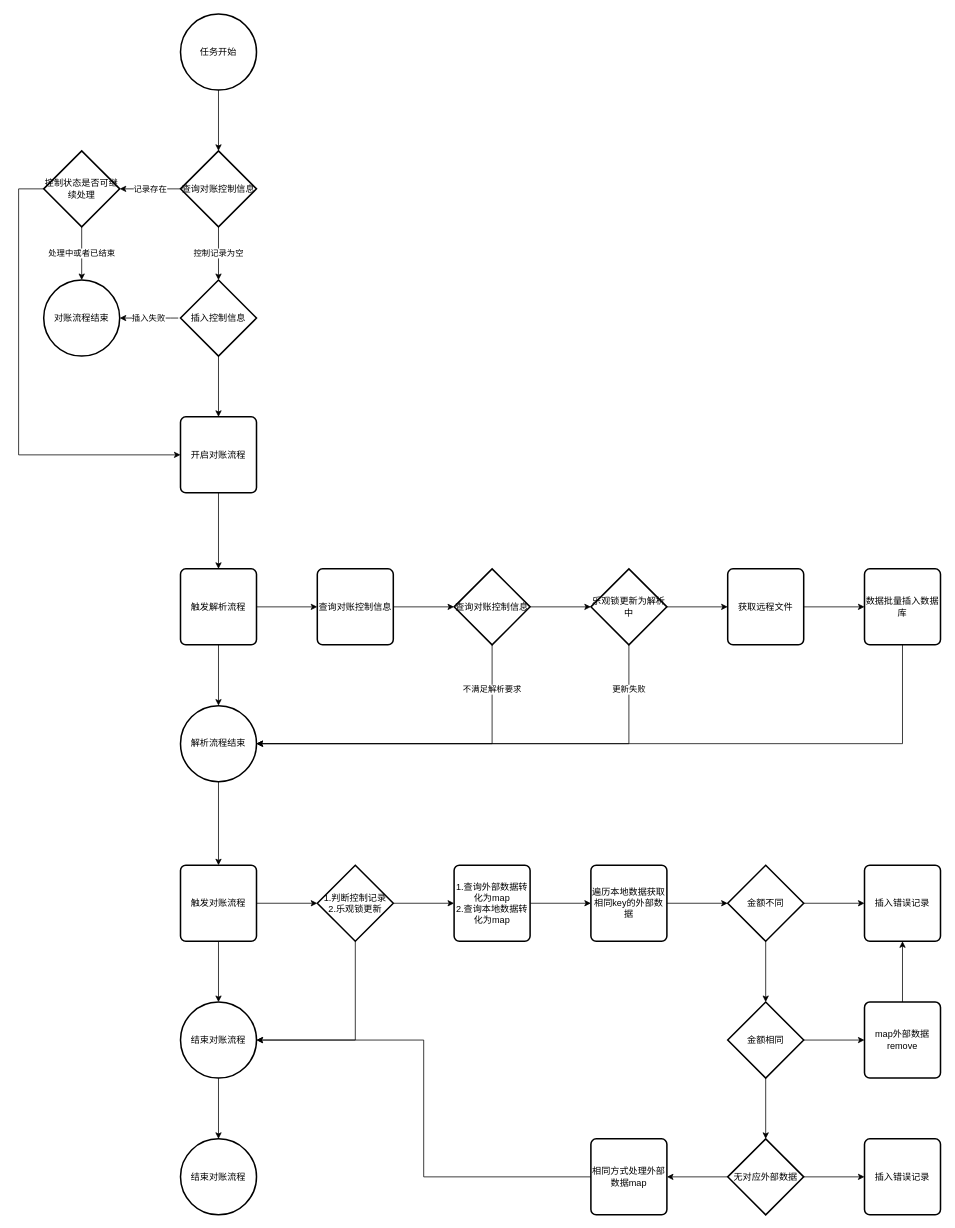
The draw.io diagram 金融科技/OTA分账流程.drawio in 294794668/draw, before the edit. Source tidied: cells renumbered, new cells numbered last; positions are measured from the earlier drawing's top-left corner, leaving out a move shared by most shapes. Both pictures are drawn from the tidied source at 76%, with x=0, y=0 at pixel (18, 14).
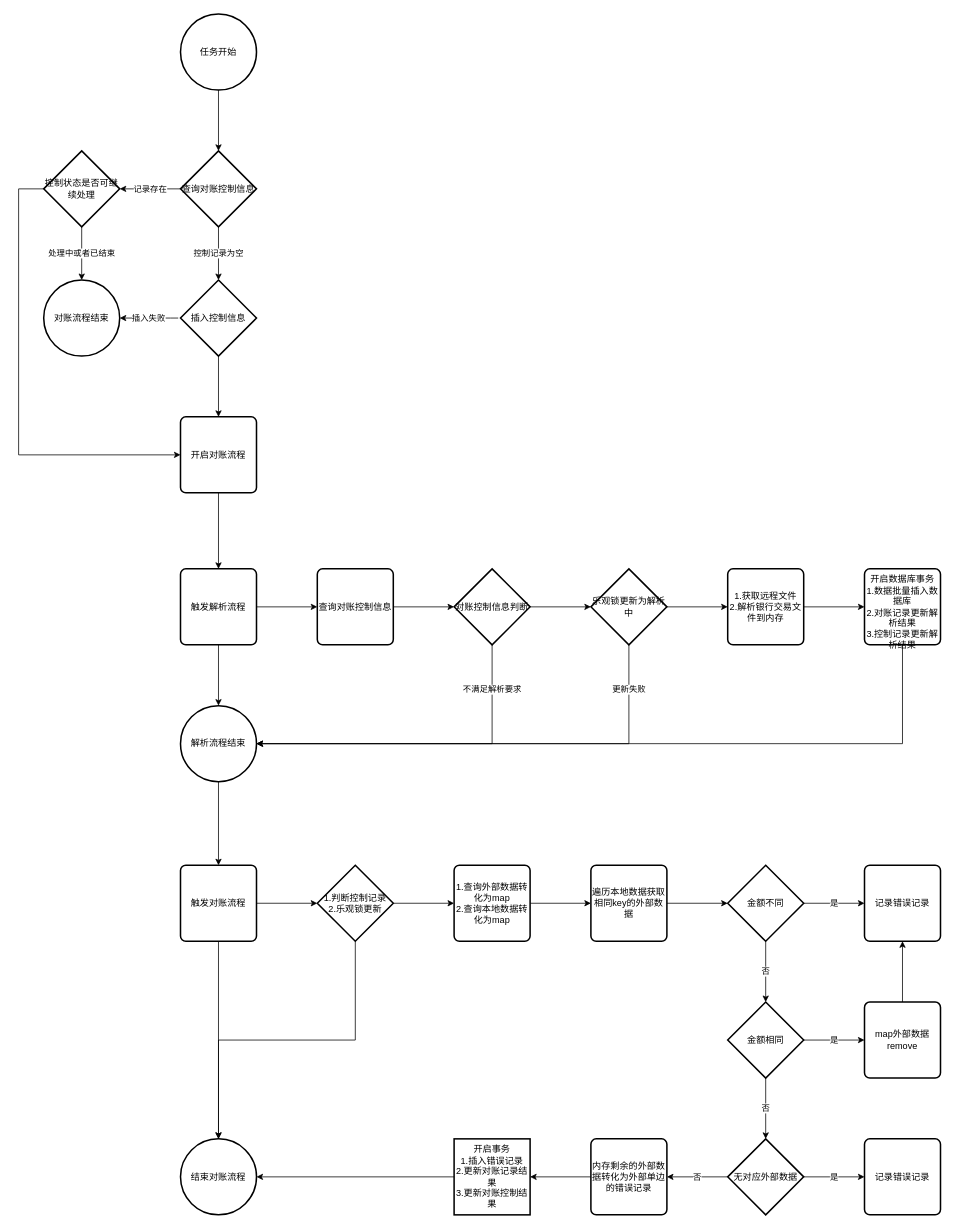
The same diagram, later.

Commit message:
更新OTA分账流程.drawio

The change refers to these unchanged cells:
```xml
<mxCell id="32" value="触发对账流程" style="rounded=1;whiteSpace=wrap;html=1;absoluteArcSize=1;arcSize=14;strokeWidth=2;fontFamily=Helvetica;fontSize=12;fontColor=#000000;align=center;strokeColor=#000000;fillColor=#ffffff;" parent="1" vertex="1">
  <mxGeometry x="213" y="1120" width="100" height="100" as="geometry" />
</mxCell>
<mxCell id="35" value="1.判断控制记录&lt;div&gt;2.乐观锁更新&lt;br&gt;&lt;/div&gt;" style="strokeWidth=2;html=1;shape=mxgraph.flowchart.decision;whiteSpace=wrap;fontFamily=Helvetica;fontSize=12;fontColor=#000000;align=center;strokeColor=#000000;fillColor=#ffffff;" parent="1" vertex="1">
  <mxGeometry x="393" y="1120" width="100" height="100" as="geometry" />
</mxCell>
<mxCell id="42" value="金额不同" style="strokeWidth=2;html=1;shape=mxgraph.flowchart.decision;whiteSpace=wrap;fontFamily=Helvetica;fontSize=12;fontColor=#000000;align=center;strokeColor=#000000;fillColor=#ffffff;" parent="1" vertex="1">
  <mxGeometry x="933" y="1120" width="100" height="100" as="geometry" />
</mxCell>
<mxCell id="46" value="金额相同" style="strokeWidth=2;html=1;shape=mxgraph.flowchart.decision;whiteSpace=wrap;fontFamily=Helvetica;fontSize=12;fontColor=#000000;align=center;strokeColor=#000000;fillColor=#ffffff;" parent="1" vertex="1">
  <mxGeometry x="933" y="1300" width="100" height="100" as="geometry" />
</mxCell>
<mxCell id="48" value="map外部数据remove" style="rounded=1;whiteSpace=wrap;html=1;absoluteArcSize=1;arcSize=14;strokeWidth=2;fontFamily=Helvetica;fontSize=12;fontColor=#000000;align=center;strokeColor=#000000;fillColor=#ffffff;" parent="1" vertex="1">
  <mxGeometry x="1113" y="1300" width="100" height="100" as="geometry" />
</mxCell>
<mxCell id="51" value="无对应外部数据" style="strokeWidth=2;html=1;shape=mxgraph.flowchart.decision;whiteSpace=wrap;fontFamily=Helvetica;fontSize=12;fontColor=#000000;align=center;strokeColor=#000000;fillColor=#ffffff;" parent="1" vertex="1">
  <mxGeometry x="933" y="1480" width="100" height="100" as="geometry" />
</mxCell>
<mxCell id="57" value="结束对账流程" style="strokeWidth=2;html=1;shape=mxgraph.flowchart.start_2;whiteSpace=wrap;fontFamily=Helvetica;fontSize=12;fontColor=#000000;align=center;strokeColor=#000000;fillColor=#ffffff;" parent="1" vertex="1">
  <mxGeometry x="213" y="1480" width="100" height="100" as="geometry" />
</mxCell>
```

The edit, as a diff of the source:
```diff
@@
-    <mxCell id="22" value="查询对账控制信息" style="strokeWidth=2;html=1;shape=mxgraph.flowchart.decision;whiteSpace=wrap;fontFamily=Helvetica;fontSize=12;fontColor=#000000;align=center;strokeColor=#000000;fillColor=#ffffff;" parent="1" vertex="1">
+    <mxCell id="22" value="对账控制信息判断" style="strokeWidth=2;html=1;shape=mxgraph.flowchart.decision;whiteSpace=wrap;fontFamily=Helvetica;fontSize=12;fontColor=#000000;align=center;strokeColor=#000000;fillColor=#ffffff;" parent="1" vertex="1">
       <mxGeometry x="573" y="730" width="100" height="100" as="geometry" />
     </mxCell>
@@
-    <mxCell id="27" value="获取远程文件" style="rounded=1;whiteSpace=wrap;html=1;absoluteArcSize=1;arcSize=14;strokeWidth=2;fontFamily=Helvetica;fontSize=12;fontColor=#000000;align=center;strokeColor=#000000;fillColor=#ffffff;" parent="1" vertex="1">
+    <mxCell id="27" value="1.获取远程文件&lt;div&gt;2.解析银行交易文件到内存&lt;br&gt;&lt;/div&gt;" style="rounded=1;whiteSpace=wrap;html=1;absoluteArcSize=1;arcSize=14;strokeWidth=2;fontFamily=Helvetica;fontSize=12;fontColor=#000000;align=center;strokeColor=#000000;fillColor=#ffffff;" parent="1" vertex="1">
       <mxGeometry x="933" y="730" width="100" height="100" as="geometry" />
     </mxCell>
@@
-    <mxCell id="29" value="数据批量插入数据库" style="rounded=1;whiteSpace=wrap;html=1;absoluteArcSize=1;arcSize=14;strokeWidth=2;fontFamily=Helvetica;fontSize=12;fontColor=#000000;align=center;strokeColor=#000000;fillColor=#ffffff;" parent="1" vertex="1">
+    <mxCell id="29" value="&lt;div&gt;&lt;br&gt;&lt;/div&gt;&lt;div&gt;开启数据库事务&lt;br&gt;&lt;/div&gt;&lt;div&gt;1.数据批量插入数据库&lt;/div&gt;&lt;div&gt;2.对账记录更新解析结果&lt;br&gt;&lt;/div&gt;&lt;div&gt;3.控制记录更新解析结果&lt;br&gt;&lt;/div&gt;" style="rounded=1;whiteSpace=wrap;html=1;absoluteArcSize=1;arcSize=14;strokeWidth=2;fontFamily=Helvetica;fontSize=12;fontColor=#000000;align=center;strokeColor=#000000;fillColor=#ffffff;" parent="1" vertex="1">
       <mxGeometry x="1113" y="730" width="100" height="100" as="geometry" />
     </mxCell>
-    <mxCell id="30" style="edgeStyle=orthogonalEdgeStyle;rounded=0;jettySize=auto;html=1;" parent="1" edge="1" source="32" target="56">
+    <mxCell id="30" style="edgeStyle=orthogonalEdgeStyle;rounded=0;jettySize=auto;html=1;" parent="1" edge="1" source="32" target="57">
       <mxGeometry relative="1" as="geometry" />
     </mxCell>
@@
-    <mxCell id="33" style="edgeStyle=orthogonalEdgeStyle;rounded=0;jettySize=auto;html=1;entryX=1;entryY=0.5;entryDx=0;entryDy=0;entryPerimeter=0;" parent="1" edge="1" source="35" target="56">
+    <mxCell id="33" style="edgeStyle=orthogonalEdgeStyle;rounded=0;jettySize=auto;html=1;entryX=0.5;entryY=0;entryDx=0;entryDy=0;entryPerimeter=0;" parent="1" edge="1" source="35" target="57">
       <mxGeometry relative="1" as="geometry">
         <Array as="points">
           <mxPoint x="443" y="1350" />
+          <mxPoint x="263" y="1350" />
         </Array>
       </mxGeometry>
     </mxCell>
@@
-    <mxCell id="40" style="edgeStyle=orthogonalEdgeStyle;rounded=0;jettySize=auto;html=1;" parent="1" edge="1" source="42" target="46">
+    <mxCell id="40" value="否" style="edgeStyle=orthogonalEdgeStyle;rounded=0;jettySize=auto;html=1;" parent="1" edge="1" source="42" target="46">
       <mxGeometry relative="1" as="geometry" />
     </mxCell>
-    <mxCell id="41" style="edgeStyle=orthogonalEdgeStyle;rounded=0;jettySize=auto;html=1;" parent="1" edge="1" source="42" target="43">
+    <mxCell id="41" value="是" style="edgeStyle=orthogonalEdgeStyle;rounded=0;jettySize=auto;html=1;" parent="1" edge="1" source="42" target="43">
       <mxGeometry relative="1" as="geometry" />
     </mxCell>
@@
-    <mxCell id="43" value="插入错误记录" style="rounded=1;whiteSpace=wrap;html=1;absoluteArcSize=1;arcSize=14;strokeWidth=2;fontFamily=Helvetica;fontSize=12;fontColor=#000000;align=center;strokeColor=#000000;fillColor=#ffffff;" parent="1" vertex="1">
+    <mxCell id="43" value="记录错误记录" style="rounded=1;whiteSpace=wrap;html=1;absoluteArcSize=1;arcSize=14;strokeWidth=2;fontFamily=Helvetica;fontSize=12;fontColor=#000000;align=center;strokeColor=#000000;fillColor=#ffffff;" parent="1" vertex="1">
       <mxGeometry x="1113" y="1120" width="100" height="100" as="geometry" />
     </mxCell>
-    <mxCell id="44" style="edgeStyle=orthogonalEdgeStyle;rounded=0;jettySize=auto;html=1;" parent="1" edge="1" source="46" target="51">
+    <mxCell id="44" value="否" style="edgeStyle=orthogonalEdgeStyle;rounded=0;jettySize=auto;html=1;" parent="1" edge="1" source="46" target="51">
       <mxGeometry relative="1" as="geometry" />
     </mxCell>
-    <mxCell id="45" style="edgeStyle=orthogonalEdgeStyle;rounded=0;jettySize=auto;html=1;" parent="1" edge="1" source="46" target="48">
+    <mxCell id="45" value="是" style="edgeStyle=orthogonalEdgeStyle;rounded=0;jettySize=auto;html=1;" parent="1" edge="1" source="46" target="48">
       <mxGeometry relative="1" as="geometry" />
     </mxCell>
@@
-    <mxCell id="49" style="edgeStyle=orthogonalEdgeStyle;rounded=0;jettySize=auto;html=1;" parent="1" edge="1" source="51" target="54">
+    <mxCell id="49" value="是" style="edgeStyle=orthogonalEdgeStyle;rounded=0;jettySize=auto;html=1;" parent="1" edge="1" source="51" target="54">
       <mxGeometry relative="1" as="geometry" />
     </mxCell>
-    <mxCell id="50" style="edgeStyle=orthogonalEdgeStyle;rounded=0;jettySize=auto;html=1;" parent="1" edge="1" source="51" target="53">
+    <mxCell id="50" value="否" style="edgeStyle=orthogonalEdgeStyle;rounded=0;jettySize=auto;html=1;" parent="1" edge="1" source="51" target="53">
       <mxGeometry relative="1" as="geometry" />
     </mxCell>
@@
-    <mxCell id="52" style="edgeStyle=orthogonalEdgeStyle;rounded=0;jettySize=auto;html=1;entryX=1;entryY=0.5;entryDx=0;entryDy=0;entryPerimeter=0;" parent="1" edge="1" source="53" target="56">
-      <mxGeometry relative="1" as="geometry" />
-    </mxCell>
+    <mxCell id="61" style="edgeStyle=orthogonalEdgeStyle;rounded=0;jettySize=auto;html=1;" parent="1" edge="1" source="53" target="63">
+      <mxGeometry relative="1" as="geometry" />
+    </mxCell>
-    <mxCell id="53" value="相同方式处理外部数据map" style="rounded=1;whiteSpace=wrap;html=1;absoluteArcSize=1;arcSize=14;strokeWidth=2;fontFamily=Helvetica;fontSize=12;fontColor=#000000;align=center;strokeColor=#000000;fillColor=#ffffff;" parent="1" vertex="1">
+    <mxCell id="53" value="内存剩余的外部数据转化为外部单边的错误记录" style="rounded=1;whiteSpace=wrap;html=1;absoluteArcSize=1;arcSize=14;strokeWidth=2;fontFamily=Helvetica;fontSize=12;fontColor=#000000;align=center;strokeColor=#000000;fillColor=#ffffff;" parent="1" vertex="1">
       <mxGeometry x="753" y="1480" width="100" height="100" as="geometry" />
     </mxCell>
+    <mxCell id="62" style="edgeStyle=orthogonalEdgeStyle;rounded=0;jettySize=auto;html=1;" parent="1" edge="1" source="63" target="57">
+      <mxGeometry relative="1" as="geometry" />
+    </mxCell>
+    <mxCell id="63" value="&lt;div&gt;开启事务&lt;/div&gt;&lt;div&gt;1.插入错误记录&lt;/div&gt;&lt;div&gt;2.更新对账记录结果&lt;/div&gt;&lt;div&gt;3.更新对账控制结果&lt;br&gt;&lt;/div&gt;" style="whiteSpace=wrap;html=1;fontFamily=Helvetica;fontSize=12;fontColor=#000000;align=center;strokeColor=#000000;strokeWidth=2;fillColor=#ffffff;" parent="1" vertex="1">
+      <mxGeometry x="573" y="1480" width="100" height="100" as="geometry" />
+    </mxCell>
-    <mxCell id="54" value="插入错误记录" style="rounded=1;whiteSpace=wrap;html=1;absoluteArcSize=1;arcSize=14;strokeWidth=2;fontFamily=Helvetica;fontSize=12;fontColor=#000000;align=center;strokeColor=#000000;fillColor=#ffffff;" parent="1" vertex="1">
+    <mxCell id="54" value="记录错误记录" style="rounded=1;whiteSpace=wrap;html=1;absoluteArcSize=1;arcSize=14;strokeWidth=2;fontFamily=Helvetica;fontSize=12;fontColor=#000000;align=center;strokeColor=#000000;fillColor=#ffffff;" parent="1" vertex="1">
       <mxGeometry x="1113" y="1480" width="100" height="100" as="geometry" />
     </mxCell>
-    <mxCell id="55" style="edgeStyle=orthogonalEdgeStyle;rounded=0;jettySize=auto;html=1;" parent="1" edge="1" source="56" target="57">
-      <mxGeometry relative="1" as="geometry" />
-    </mxCell>
-    <mxCell id="56" value="结束对账流程" style="strokeWidth=2;html=1;shape=mxgraph.flowchart.start_2;whiteSpace=wrap;fontFamily=Helvetica;fontSize=12;fontColor=#000000;align=center;strokeColor=#000000;fillColor=#ffffff;" parent="1" vertex="1">
-      <mxGeometry x="213" y="1300" width="100" height="100" as="geometry" />
-    </mxCell>
```
